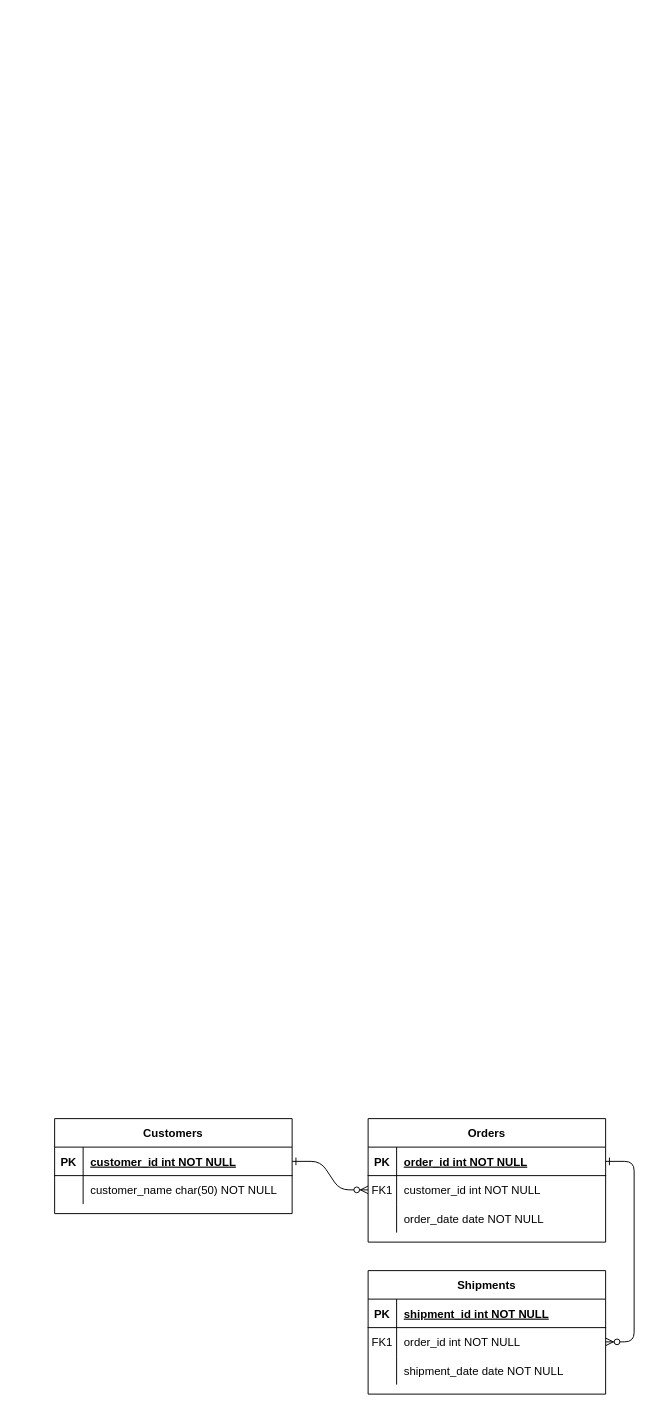
Before: plano de aula.drawio in DjalmaANeto/modelagem-planos-de-curso-aula, a draw.io diagram. Source tidied: cells renumbered, new cells numbered last; positions are measured from the earlier drawing's top-left corner, leaving out a move shared by most shapes. Both pictures are drawn from the tidied source at 95%, with x=0, y=0 at pixel (54, 1118).
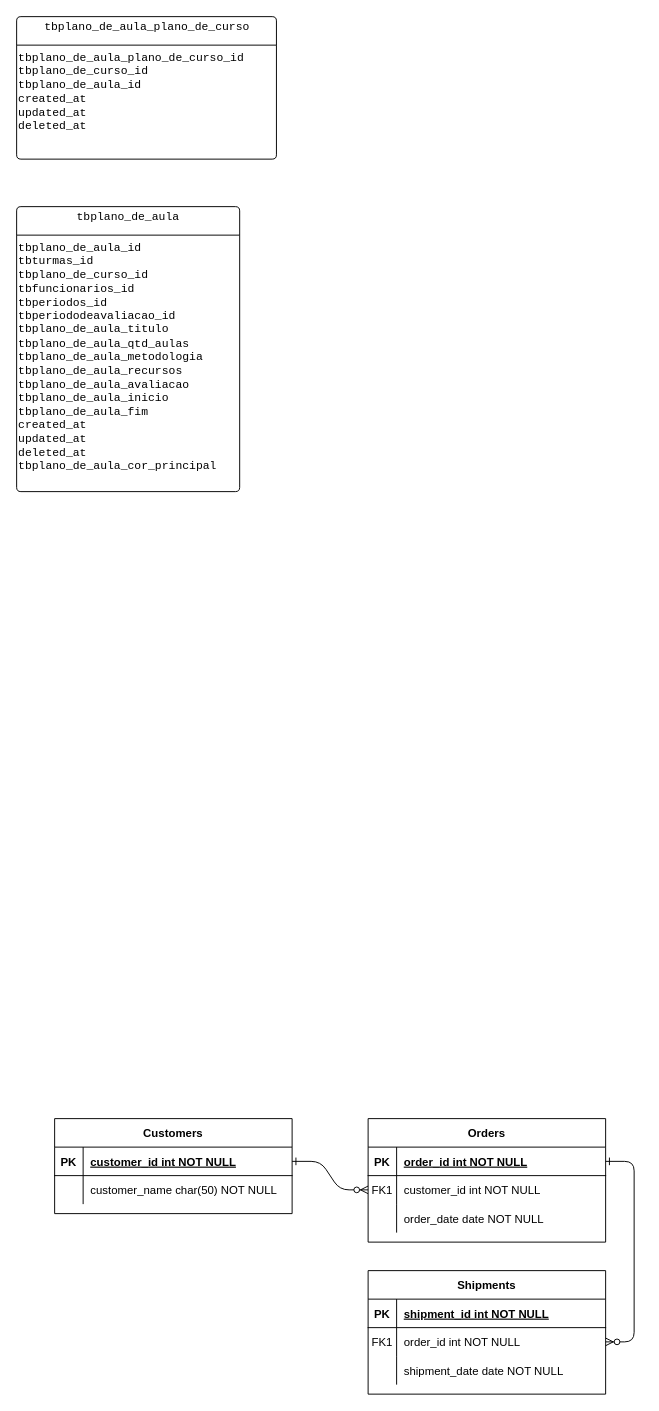
Above is the later version.

Diff of the diagram source:
```diff
@@
+    <mxCell id="31" style="graphMlID=entity0;gradientDirection=east;shape=swimlane;startSize=30;rounded=1;arcSize=5;fillColor=none;strokeColor=#000000;strokeWidth=1.0;swimlaneFillColor=none;" parent="1" vertex="1">
+      <mxGeometry x="-40" y="-1160" width="273.5" height="150" as="geometry" />
+    </mxCell>
+    <mxCell id="32" value="&lt;font color=&quot;#000000&quot;&gt;tbplano_de_aula_plano_de_curso_id&lt;br&gt;tbplano_de_curso_id&lt;br&gt;tbplano_de_aula_id&lt;br&gt;created_at&lt;br&gt;updated_at&lt;br&gt;deleted_at&#9;&#9;&#9;&#9;&#9;&#9;&lt;/font&gt;" style="text;html=1;spacing=0;align=left;fontFamily=courier;fontSize=12;fontStyle=0;=center;fontColor=#c4c4c4;" parent="31" vertex="1">
+      <mxGeometry x="2" y="31.7" width="222" height="100" as="geometry" />
+    </mxCell>
+    <mxCell id="33" value="&lt;font color=&quot;#000000&quot;&gt;tbplano_de_aula_plano_de_curso&lt;/font&gt;" style="text;html=1;spacing=0;align=center;fontFamily=courier;fontSize=12;fontStyle=0;=center;fontColor=#ffffff;" parent="31" vertex="1">
+      <mxGeometry x="25.8" width="222" height="22" as="geometry" />
+    </mxCell>
+    <mxCell id="34" style="graphMlID=entity0;gradientDirection=east;shape=swimlane;startSize=30;rounded=1;arcSize=5;fillColor=none;strokeColor=#000000;strokeWidth=1.0;swimlaneFillColor=none;" parent="1" vertex="1">
+      <mxGeometry x="-40" y="-960" width="234.8" height="300" as="geometry" />
+    </mxCell>
+    <mxCell id="35" value="&lt;font color=&quot;#000000&quot;&gt;tbplano_de_aula_id&lt;br&gt;tbturmas_id&lt;br&gt;tbplano_de_curso_id&lt;br&gt;tbfuncionarios_id&lt;br&gt;tbperiodos_id&lt;br&gt;tbperiododeavaliacao_id&lt;br&gt;tbplano_de_aula_titulo&lt;br&gt;tbplano_de_aula_qtd_aulas&lt;br&gt;tbplano_de_aula_metodologia&lt;br&gt;tbplano_de_aula_recursos&lt;br&gt;tbplano_de_aula_avaliacao&lt;br&gt;tbplano_de_aula_inicio&lt;br&gt;tbplano_de_aula_fim&lt;br&gt;created_at&lt;br&gt;updated_at&lt;br&gt;deleted_at&lt;br&gt;tbplano_de_aula_cor_principal&#9;&#9;&#9;&#9;&#9;&#9;&lt;/font&gt;" style="text;html=1;spacing=0;align=left;fontFamily=courier;fontSize=12;fontStyle=0;=center;fontColor=#c4c4c4;" parent="34" vertex="1">
+      <mxGeometry x="2" y="31.7" width="189" height="258.3" as="geometry" />
+    </mxCell>
+    <mxCell id="36" value="&lt;font color=&quot;#000000&quot;&gt;tbplano_de_aula&lt;/font&gt;" style="text;html=1;spacing=0;align=center;fontFamily=courier;fontSize=12;fontStyle=0;=center;fontColor=#ffffff;" parent="34" vertex="1">
+      <mxGeometry x="22.9" width="189" height="22" as="geometry" />
+    </mxCell>
```
